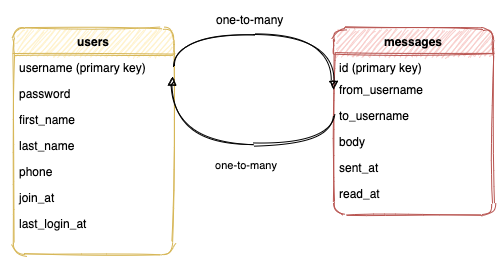
Before: static/images/database-er-diagram.png, a diagram exported from draw.io (Win-C/messagely). Source tidied: cells renumbered, new cells last; positions are measured from the earlier drawing's top-left corner, leaving out a move shared by most shapes.
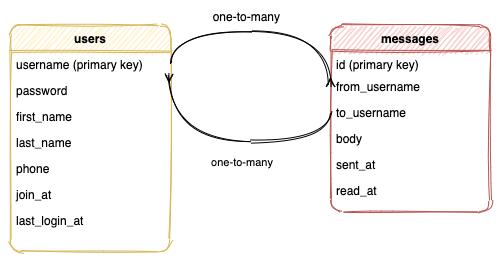
The same diagram one commit later.

Commit message:
updated database entity relations diagram

What changed in the source:
```diff
@@ -47,7 +47,7 @@
     <mxCell id="16" value="read_at" style="text;align=left;verticalAlign=top;spacingLeft=4;spacingRight=4;overflow=hidden;shadow=0;html=0;rounded=1;sketch=1;" parent="10" vertex="1">
       <mxGeometry y="152" width="160" height="26" as="geometry" />
     </mxCell>
-    <mxCell id="17" style="endArrow=block;shadow=0;strokeWidth=1;endFill=1;edgeStyle=elbowEdgeStyle;sketch=1;curved=1;exitX=1;exitY=0.5;exitDx=0;exitDy=0;entryX=0;entryY=0.5;entryDx=0;entryDy=0;" parent="1" edge="1" source="3" target="12">
+    <mxCell id="17" style="endArrow=ERmany;shadow=0;strokeWidth=1;endFill=0;edgeStyle=elbowEdgeStyle;sketch=1;curved=1;exitX=1;exitY=0.5;exitDx=0;exitDy=0;entryX=0;entryY=0.5;entryDx=0;entryDy=0;" parent="1" edge="1" source="3" target="12">
       <mxGeometry x="0.5" y="41" relative="1" as="geometry">
         <Array as="points">
           <mxPoint x="290" y="6" />
@@ -66,7 +66,7 @@
     <mxCell id="19" value="one-to-many" style="align=right;verticalAlign=bottom;labelBackgroundColor=none;fontSize=12;rounded=1;sketch=1;" parent="1" vertex="1">
       <mxGeometry x="271" as="geometry" />
     </mxCell>
-    <mxCell id="20" value="one-to-many" style="endArrow=block;shadow=0;strokeWidth=1;endFill=1;edgeStyle=elbowEdgeStyle;sketch=1;curved=1;exitX=0;exitY=0.5;exitDx=0;exitDy=0;entryX=0.992;entryY=0.859;entryDx=0;entryDy=0;entryPerimeter=0;" parent="1" edge="1" source="13" target="3">
+    <mxCell id="20" value="one-to-many" style="endArrow=ERmany;shadow=0;strokeWidth=1;endFill=0;edgeStyle=elbowEdgeStyle;sketch=1;curved=1;exitX=0;exitY=0.5;exitDx=0;exitDy=0;entryX=0.992;entryY=0.859;entryDx=0;entryDy=0;entryPerimeter=0;" parent="1" edge="1" source="13" target="3">
       <mxGeometry x="-0.1" y="20" relative="1" as="geometry">
         <Array as="points">
           <mxPoint x="320" y="116" />
```
